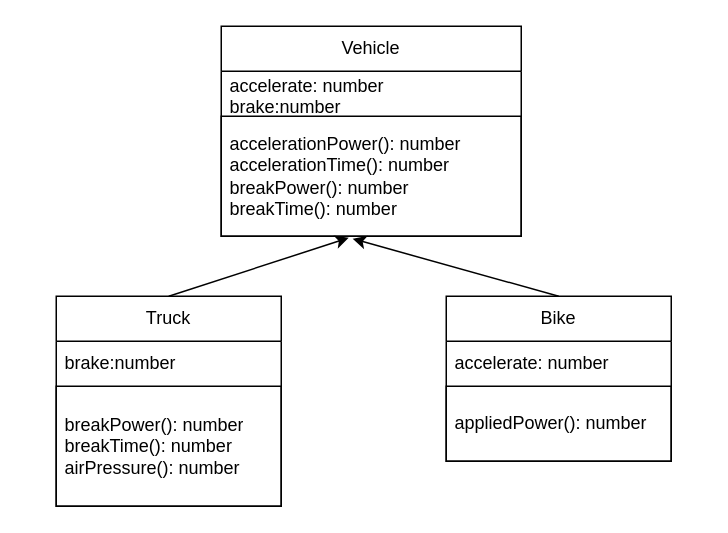
Before: Unit2-10/Design/cd.drawio in KaitlynIp64/ICS4U-Unit2-Kaitlyn-Ip, a draw.io diagram. Source tidied: cells renumbered, new cells numbered last; positions are measured from the earlier drawing's top-left corner, leaving out a move shared by most shapes. Both pictures are drawn from the tidied source at 150%, with x=0, y=0 at pixel (56, 26).
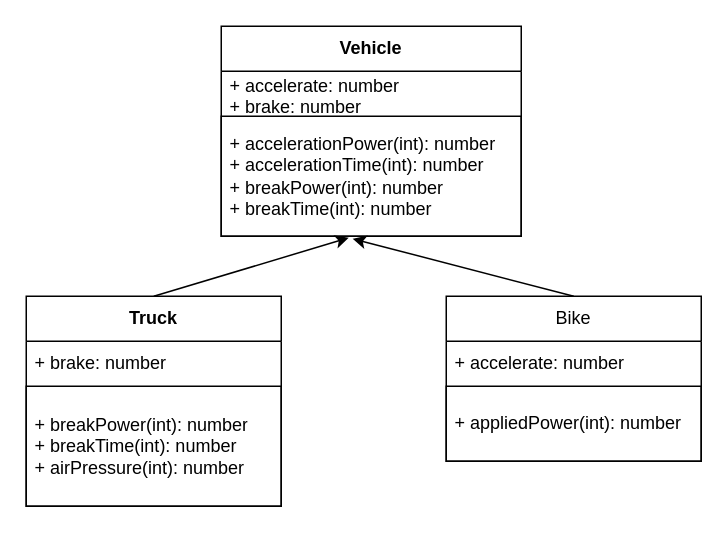
The same diagram, later.

Change to the diagram source:
```diff
@@
 <mxGraphModel>
   <root>
     <mxCell id="0" />
     <mxCell id="1" parent="0" />
-    <mxCell id="2" value="Vehicle" style="swimlane;fontStyle=0;horizontal=1;startSize=30;whiteSpace=wrap;html=1;strokeColor=#000000;" parent="1" vertex="1">
+    <mxCell id="2" value="&lt;b&gt;Vehicle&lt;/b&gt;" style="swimlane;fontStyle=0;horizontal=1;startSize=30;whiteSpace=wrap;html=1;strokeColor=#000000;" parent="1" vertex="1">
       <mxGeometry x="110" width="200" height="140" as="geometry" />
     </mxCell>
-    <mxCell id="3" value="accelerate: number&lt;br&gt;brake:number" style="text;strokeColor=none;fillColor=none;align=left;verticalAlign=middle;spacingLeft=4;spacingRight=4;overflow=hidden;whiteSpace=wrap;html=1;" parent="2" vertex="1">
+    <mxCell id="3" value="+ accelerate: number&lt;br&gt;+ brake: number" style="text;strokeColor=none;fillColor=none;align=left;verticalAlign=middle;spacingLeft=4;spacingRight=4;overflow=hidden;whiteSpace=wrap;html=1;" parent="2" vertex="1">
       <mxGeometry y="30" width="200" height="30" as="geometry" />
     </mxCell>
-    <mxCell id="4" value="accelerationPower(): number&lt;br&gt;accelerationTime(): number&lt;br&gt;breakPower(): number&lt;br&gt;breakTime(): number" style="text;strokeColor=#000000;fillColor=none;align=left;verticalAlign=middle;spacingLeft=4;spacingRight=4;overflow=hidden;points=[[0,0.5],[1,0.5]];portConstraint=eastwest;whiteSpace=wrap;html=1;" parent="2" vertex="1">
+    <mxCell id="4" value="+ accelerationPower(int): number&lt;br&gt;+ accelerationTime(int): number&lt;br&gt;+ breakPower(int): number&lt;br&gt;+ breakTime(int): number" style="text;strokeColor=#000000;fillColor=none;align=left;verticalAlign=middle;spacingLeft=4;spacingRight=4;overflow=hidden;points=[[0,0.5],[1,0.5]];portConstraint=eastwest;whiteSpace=wrap;html=1;" parent="2" vertex="1">
       <mxGeometry y="60" width="200" height="80" as="geometry" />
     </mxCell>
     <mxCell id="5" style="edgeStyle=none;html=1;exitX=0.5;exitY=0;exitDx=0;exitDy=0;entryX=0.438;entryY=1.021;entryDx=0;entryDy=0;entryPerimeter=0;" parent="1" edge="1" source="6" target="4">
       <mxGeometry relative="1" as="geometry" />
     </mxCell>
     <mxCell id="6" value="Bike" style="swimlane;fontStyle=0;horizontal=1;startSize=30;whiteSpace=wrap;html=1;strokeColor=#000000;" parent="1" vertex="1">
-      <mxGeometry x="260" y="180" width="150" height="110" as="geometry" />
+      <mxGeometry x="260" y="180" width="170" height="110" as="geometry" />
     </mxCell>
-    <mxCell id="7" value="accelerate: number" style="text;strokeColor=none;fillColor=none;align=left;verticalAlign=middle;spacingLeft=4;spacingRight=4;overflow=hidden;whiteSpace=wrap;html=1;" parent="6" vertex="1">
-      <mxGeometry y="30" width="150" height="30" as="geometry" />
+    <mxCell id="7" value="+ accelerate: number" style="text;strokeColor=none;fillColor=none;align=left;verticalAlign=middle;spacingLeft=4;spacingRight=4;overflow=hidden;whiteSpace=wrap;html=1;" parent="6" vertex="1">
+      <mxGeometry y="30" width="170" height="30" as="geometry" />
     </mxCell>
-    <mxCell id="8" value="appliedPower(): number" style="text;strokeColor=#000000;fillColor=none;align=left;verticalAlign=middle;spacingLeft=4;spacingRight=4;overflow=hidden;whiteSpace=wrap;html=1;" parent="6" vertex="1">
-      <mxGeometry y="60" width="150" height="50" as="geometry" />
+    <mxCell id="8" value="+ appliedPower(int): number" style="text;strokeColor=#000000;fillColor=none;align=left;verticalAlign=middle;spacingLeft=4;spacingRight=4;overflow=hidden;whiteSpace=wrap;html=1;" parent="6" vertex="1">
+      <mxGeometry y="60" width="170" height="50" as="geometry" />
     </mxCell>
     <mxCell id="9" style="edgeStyle=none;html=1;exitX=0.5;exitY=0;exitDx=0;exitDy=0;entryX=0.425;entryY=1.013;entryDx=0;entryDy=0;entryPerimeter=0;" parent="1" edge="1" source="10" target="4">
       <mxGeometry relative="1" as="geometry" />
     </mxCell>
-    <mxCell id="10" value="Truck" style="swimlane;fontStyle=0;horizontal=1;startSize=30;whiteSpace=wrap;html=1;strokeColor=#000000;" parent="1" vertex="1">
-      <mxGeometry y="180" width="150" height="140" as="geometry" />
+    <mxCell id="10" value="&lt;b&gt;Truck&lt;/b&gt;" style="swimlane;fontStyle=0;horizontal=1;startSize=30;whiteSpace=wrap;html=1;strokeColor=#000000;" parent="1" vertex="1">
+      <mxGeometry x="-20" y="180" width="170" height="140" as="geometry" />
     </mxCell>
-    <mxCell id="11" value="brake:number" style="text;strokeColor=none;fillColor=none;align=left;verticalAlign=middle;spacingLeft=4;spacingRight=4;overflow=hidden;whiteSpace=wrap;html=1;" parent="10" vertex="1">
-      <mxGeometry y="30" width="150" height="30" as="geometry" />
+    <mxCell id="11" value="+ brake: number" style="text;strokeColor=none;fillColor=none;align=left;verticalAlign=middle;spacingLeft=4;spacingRight=4;overflow=hidden;whiteSpace=wrap;html=1;" parent="10" vertex="1">
+      <mxGeometry y="30" width="170" height="30" as="geometry" />
     </mxCell>
-    <mxCell id="12" value="breakPower(): number&lt;br&gt;breakTime(): number&lt;br&gt;airPressure(): number" style="text;strokeColor=#000000;fillColor=none;align=left;verticalAlign=middle;spacingLeft=4;spacingRight=4;overflow=hidden;whiteSpace=wrap;html=1;" parent="10" vertex="1">
-      <mxGeometry y="60" width="150" height="80" as="geometry" />
+    <mxCell id="12" value="+ breakPower(int): number&lt;br&gt;+ breakTime(int): number&lt;br&gt;+ airPressure(int): number" style="text;strokeColor=#000000;fillColor=none;align=left;verticalAlign=middle;spacingLeft=4;spacingRight=4;overflow=hidden;whiteSpace=wrap;html=1;" parent="10" vertex="1">
+      <mxGeometry y="60" width="170" height="80" as="geometry" />
     </mxCell>
   </root>
 </mxGraphModel>
```
